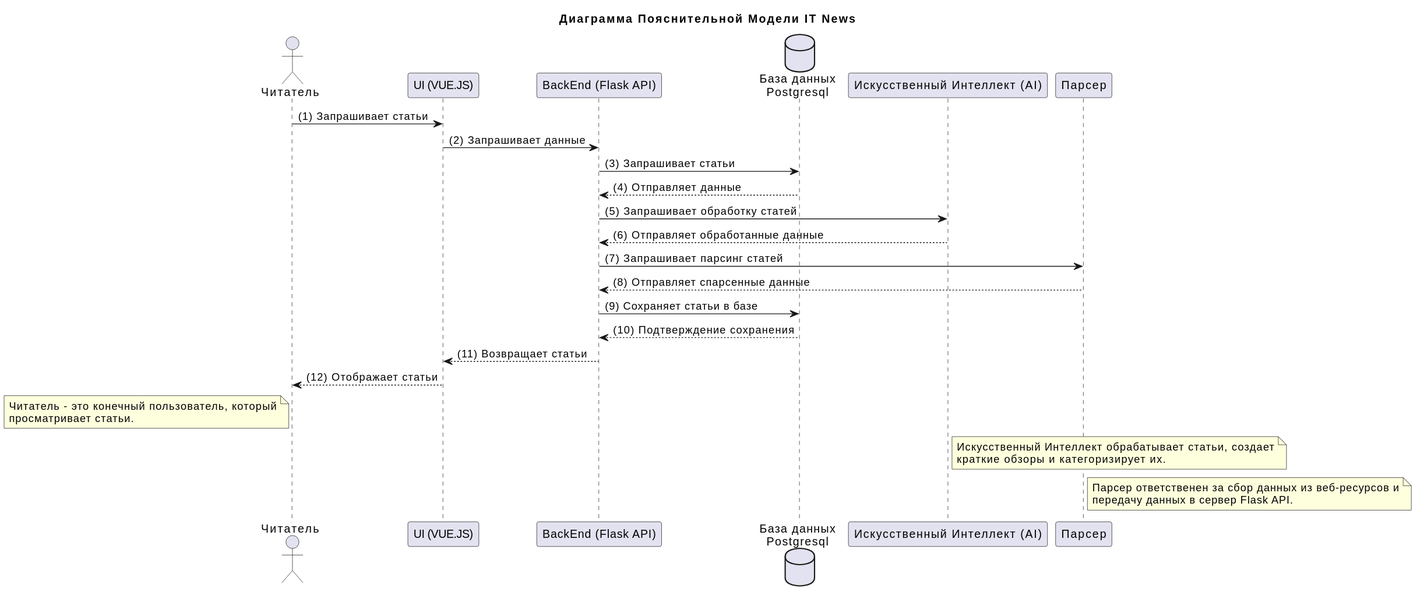
Before: Диаграммы/ExplanatoryModel.svg, a diagram exported from PlantUML (0hJonny/Diplom_60701_).
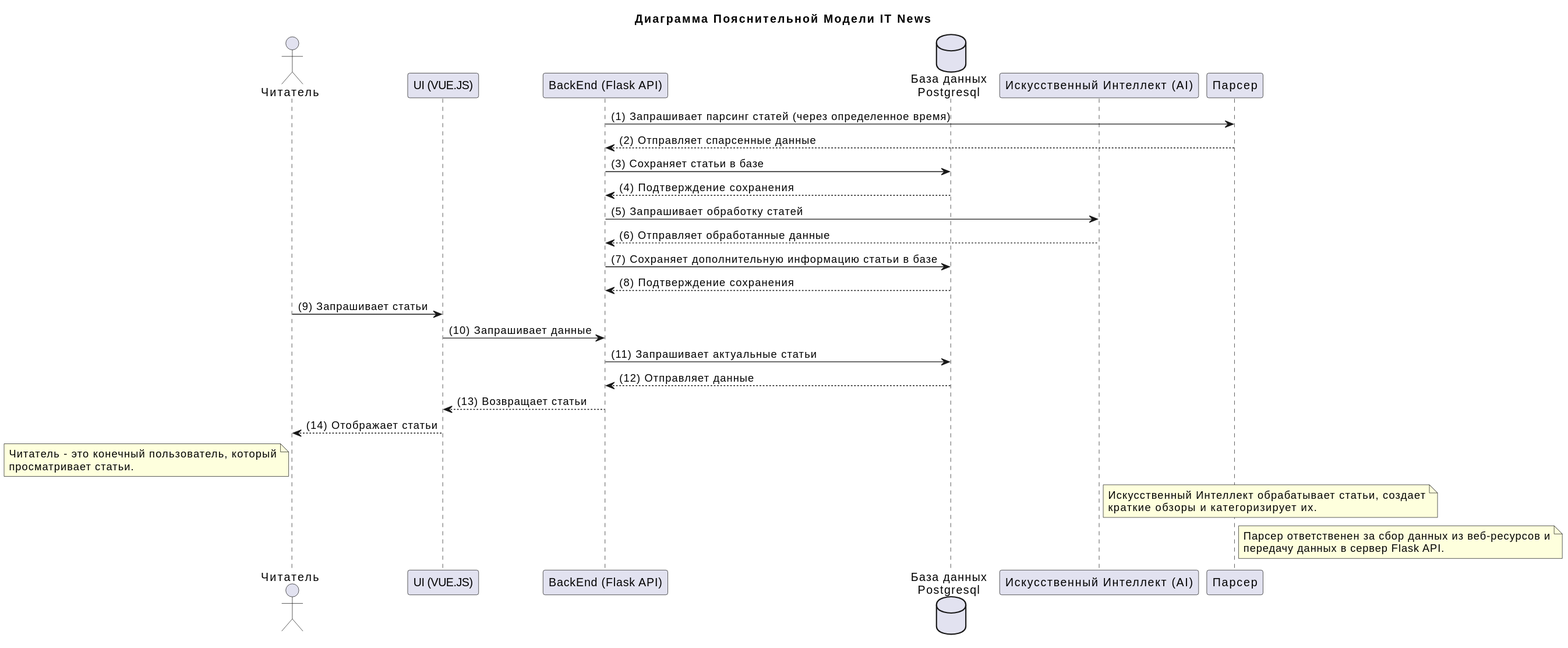
Above is the later version.

What changed in the source:
```diff
@@ -8,18 +8,21 @@
 participant "Искусственный Интеллект (AI)" as AI
 participant "Парсер" as Parser
 
-Reader -> UI : (1) Запрашивает статьи
-UI -> BackEnd : (2) Запрашивает данные
-BackEnd -> Database : (3) Запрашивает статьи
-Database --> BackEnd : (4) Отправляет данные
+
+BackEnd -> Parser : (1) Запрашивает парсинг статей (через определенное время)
+Parser --> BackEnd : (2) Отправляет спарсенные данные
+BackEnd -> Database : (3) Сохраняет статьи в базе
+Database --> BackEnd : (4) Подтверждение сохранения
 BackEnd -> AI : (5) Запрашивает обработку статей
 AI --> BackEnd : (6) Отправляет обработанные данные
-BackEnd -> Parser : (7) Запрашивает парсинг статей
-Parser --> BackEnd : (8) Отправляет спарсенные данные
-BackEnd -> Database : (9) Сохраняет статьи в базе
-Database --> BackEnd : (10) Подтверждение сохранения
-BackEnd --> UI : (11) Возвращает статьи
-UI --> Reader : (12) Отображает статьи
+BackEnd -> Database : (7) Сохраняет дополнительную информацию статьи в базе
+Database --> BackEnd : (8) Подтверждение сохранения
+Reader -> UI : (9) Запрашивает статьи
+UI -> BackEnd : (10) Запрашивает данные
+BackEnd -> Database : (11) Запрашивает актуальные статьи
+Database --> BackEnd : (12) Отправляет данные
+BackEnd --> UI : (13) Возвращает статьи
+UI --> Reader : (14) Отображает статьи
 
 note left of Reader
   Читатель - это конечный пользователь, который
```
